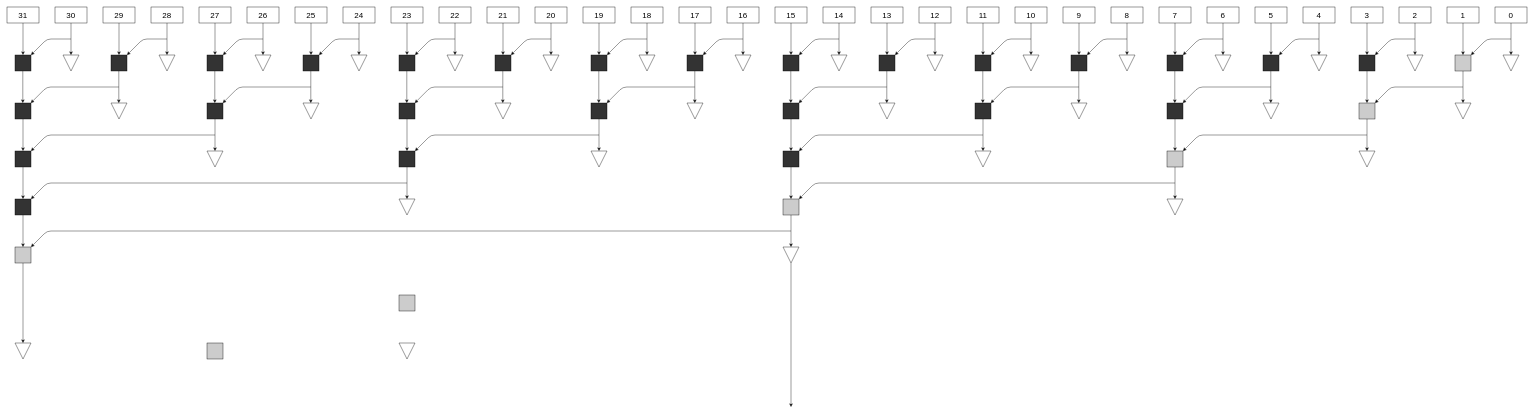
Above: HW2_Arith.drawio in jackwatson01234/draw.io (draw.io), before the change. Source tidied: cells renumbered, new cells numbered last; positions are measured from the earlier drawing's top-left corner, leaving out a move shared by most shapes. Both pictures are drawn from the tidied source at 40%, with x=0, y=0 at pixel (7, 7).
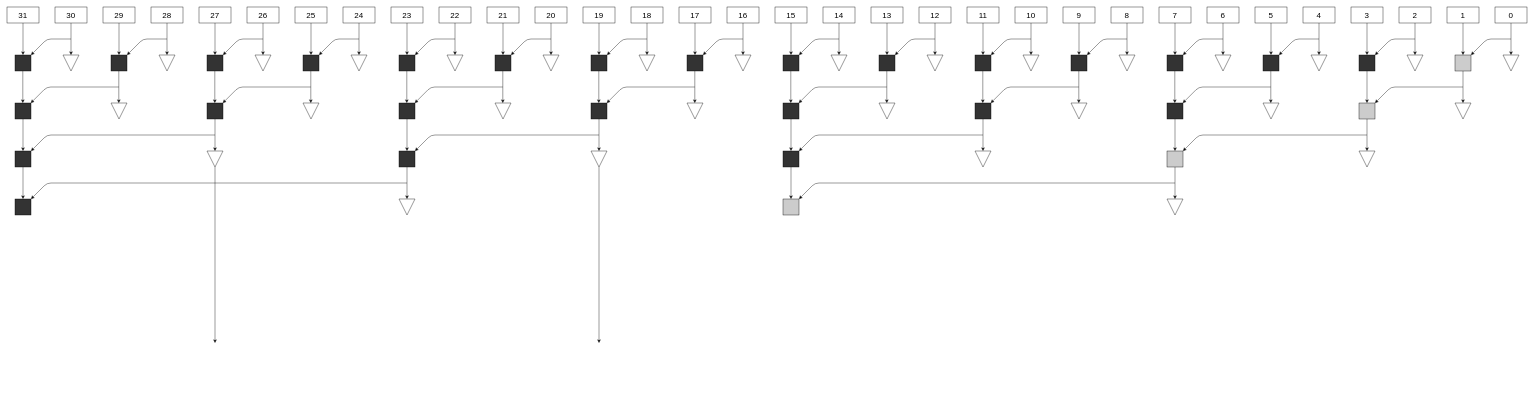
The same diagram, later.

The change refers to these unchanged cells:
```xml
<mxCell id="146" style="triangle;whiteSpace=wrap;html=1;direction=south;" parent="1" vertex="1">
  <mxGeometry x="1460" y="360" width="40" height="40" as="geometry" />
</mxCell>
<mxCell id="149" style="triangle;whiteSpace=wrap;html=1;direction=south;" parent="1" vertex="1">
  <mxGeometry x="500" y="360" width="40" height="40" as="geometry" />
</mxCell>
<mxCell id="180" style="whiteSpace=wrap;html=1;fillColor=#CCCCCC;" parent="1" vertex="1">
  <mxGeometry x="1940" y="480" width="40" height="40" as="geometry" />
</mxCell>
<mxCell id="183" style="whiteSpace=wrap;html=1;fillColor=#333333;" parent="1" vertex="1">
  <mxGeometry x="20" y="480" width="40" height="40" as="geometry" />
</mxCell>
```

Change to the diagram source:
```diff
@@
+    <mxCell id="195" style="edgeStyle=orthogonalEdgeStyle;rounded=0;jettySize=auto;html=1;exitX=1;exitY=0.5;exitDx=0;exitDy=0;entryX=0.5;entryY=0;entryDx=0;entryDy=0;fontSize=20;" parent="1" edge="1" source="146">
+      <mxGeometry relative="1" as="geometry">
+        <mxPoint x="1480" y="840" as="targetPoint" />
+      </mxGeometry>
+    </mxCell>
@@
+    <mxCell id="196" style="edgeStyle=orthogonalEdgeStyle;rounded=0;jettySize=auto;html=1;exitX=1;exitY=0.5;exitDx=0;exitDy=0;entryX=0.5;entryY=0;entryDx=0;entryDy=0;fontSize=20;" parent="1" edge="1" source="149">
+      <mxGeometry relative="1" as="geometry">
+        <mxPoint x="520" y="840" as="targetPoint" />
+      </mxGeometry>
+    </mxCell>
@@
-    <mxCell id="179" style="edgeStyle=orthogonalEdgeStyle;rounded=0;jettySize=auto;html=1;exitX=0.5;exitY=1;exitDx=0;exitDy=0;entryX=0;entryY=0.5;entryDx=0;entryDy=0;fontSize=20;" parent="1" edge="1" source="180" target="189">
-      <mxGeometry relative="1" as="geometry" />
-    </mxCell>
@@
-    <mxCell id="182" style="edgeStyle=orthogonalEdgeStyle;rounded=0;jettySize=auto;html=1;exitX=0.5;exitY=1;exitDx=0;exitDy=0;entryX=0.5;entryY=0;entryDx=0;entryDy=0;fontSize=20;" parent="1" edge="1" source="183" target="187">
-      <mxGeometry relative="1" as="geometry" />
-    </mxCell>
@@
-    <mxCell id="186" style="edgeStyle=orthogonalEdgeStyle;rounded=0;jettySize=auto;html=1;exitX=0.5;exitY=1;exitDx=0;exitDy=0;entryX=0;entryY=0.5;entryDx=0;entryDy=0;fontSize=20;" parent="1" edge="1" source="187" target="194">
-      <mxGeometry relative="1" as="geometry" />
-    </mxCell>
-    <mxCell id="187" style="whiteSpace=wrap;html=1;fillColor=#CCCCCC;" parent="1" vertex="1">
-      <mxGeometry x="20" y="600" width="40" height="40" as="geometry" />
-    </mxCell>
-    <mxCell id="188" style="edgeStyle=orthogonalEdgeStyle;rounded=0;jettySize=auto;html=1;exitX=1;exitY=0.5;exitDx=0;exitDy=0;fontSize=20;" parent="1" edge="1" source="189">
-      <mxGeometry relative="1" as="geometry">
-        <mxPoint x="1960" y="1000" as="targetPoint" />
-      </mxGeometry>
-    </mxCell>
-    <mxCell id="189" style="triangle;whiteSpace=wrap;html=1;direction=south;" parent="1" vertex="1">
-      <mxGeometry x="1940" y="600" width="40" height="40" as="geometry" />
-    </mxCell>
-    <mxCell id="190" style="endArrow=classic;html=1;fontSize=20;entryX=1;entryY=0;entryDx=0;entryDy=0;" parent="1" edge="1">
-      <mxGeometry relative="1" as="geometry">
-        <mxPoint x="1960" y="560" as="sourcePoint" />
-        <mxPoint x="60" y="600" as="targetPoint" />
-        <Array as="points">
-          <mxPoint x="100" y="560" />
-        </Array>
-      </mxGeometry>
-    </mxCell>
-    <mxCell id="191" style="whiteSpace=wrap;html=1;fillColor=#CCCCCC;" parent="1" vertex="1">
-      <mxGeometry x="980" y="720" width="40" height="40" as="geometry" />
-    </mxCell>
-    <mxCell id="192" style="triangle;whiteSpace=wrap;html=1;direction=south;" parent="1" vertex="1">
-      <mxGeometry x="980" y="840" width="40" height="40" as="geometry" />
-    </mxCell>
-    <mxCell id="193" style="whiteSpace=wrap;html=1;fillColor=#CCCCCC;" parent="1" vertex="1">
-      <mxGeometry x="500" y="840" width="40" height="40" as="geometry" />
-    </mxCell>
-    <mxCell id="194" style="triangle;whiteSpace=wrap;html=1;direction=south;" parent="1" vertex="1">
-      <mxGeometry x="20" y="840" width="40" height="40" as="geometry" />
-    </mxCell>
```
